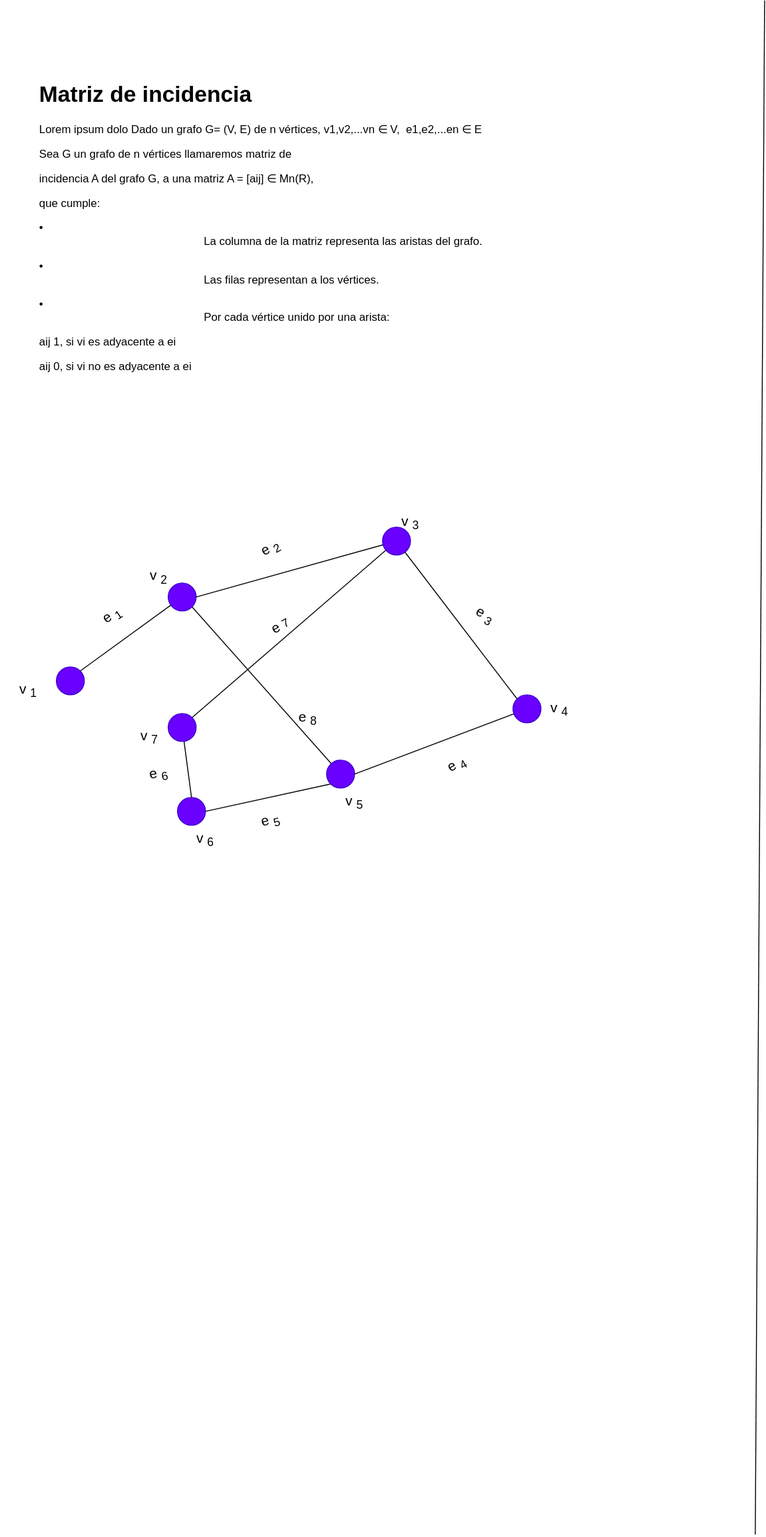
This is Estructura-de-datos/Grafos/Matriz-Incidencia.drawio.svg from Nordcode-cyber/Algoritmos-Estructdatos, a draw.io export, as it was before one commit. Source tidied: cells renumbered, new cells last; positions are measured from the earlier drawing's top-left corner, leaving out a move shared by most shapes.
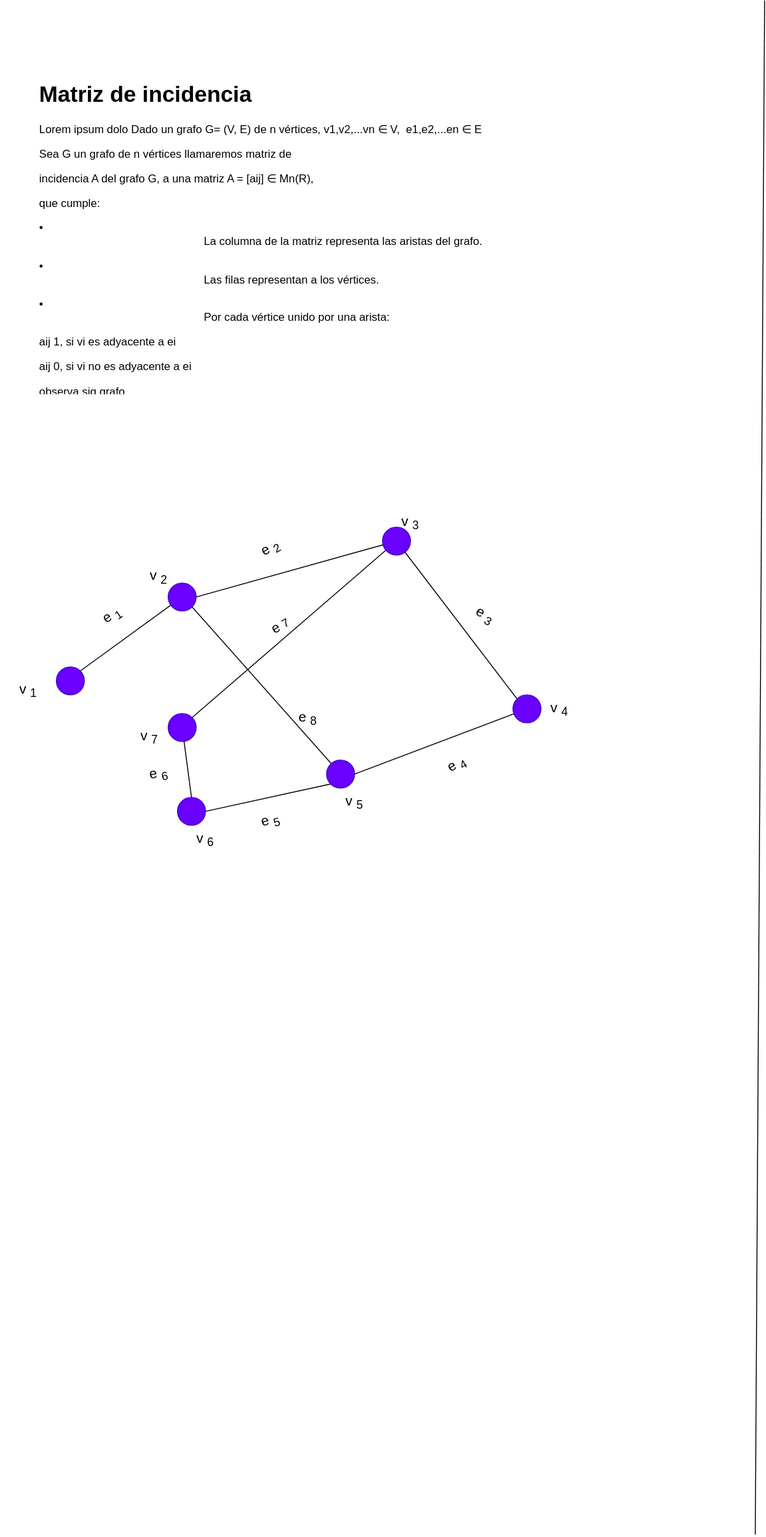
Later version of the same file.

Commit message:
incidece matrix

What changed in the source:
```diff
@@ -98,7 +98,7 @@
         <mxPoint x="820" as="targetPoint" />
       </mxGeometry>
     </mxCell>
-    <mxCell id="33" value="&lt;h1 style=&quot;margin-top: 0px;&quot;&gt;Matriz de incidencia&lt;/h1&gt;&lt;p&gt;Lorem ipsum dolo&lt;span style=&quot;background-color: transparent;&quot;&gt;Dado un grafo G= (V, E) de n vértices, v1,v2,...vn ∈ V,&amp;nbsp; e1,e2,...en ∈ E&lt;/span&gt;&lt;/p&gt;&lt;p&gt;Sea G un grafo de n vértices llamaremos matriz de&lt;/p&gt;&lt;p&gt;&amp;nbsp;incidencia A del grafo G, a una matriz A = [aij] ∈ Mn(R),&amp;nbsp;&lt;/p&gt;&lt;p&gt;que cumple:&lt;/p&gt;&lt;p&gt;•&lt;span style=&quot;white-space:pre&quot;&gt;&#9;&lt;/span&gt;La columna de la matriz representa las aristas del grafo.&lt;/p&gt;&lt;p&gt;•&lt;span style=&quot;white-space:pre&quot;&gt;&#9;&lt;/span&gt;Las filas representan a los vértices.&lt;/p&gt;&lt;p&gt;•&lt;span style=&quot;white-space:pre&quot;&gt;&#9;&lt;/span&gt;Por cada vértice unido por una arista:&lt;/p&gt;&lt;p&gt;aij 1, si vi es adyacente a ei&lt;/p&gt;&lt;p&gt;aij 0, si vi no es adyacente a ei&lt;/p&gt;&lt;div&gt;&lt;br&gt;&lt;/div&gt;" style="text;html=1;whiteSpace=wrap;overflow=hidden;rounded=0;" parent="1" vertex="1">
+    <mxCell id="33" value="&lt;h1 style=&quot;margin-top: 0px;&quot;&gt;Matriz de incidencia&lt;/h1&gt;&lt;p&gt;Lorem ipsum dolo&lt;span style=&quot;background-color: transparent;&quot;&gt;Dado un grafo G= (V, E) de n vértices, v1,v2,...vn ∈ V,&amp;nbsp; e1,e2,...en ∈ E&lt;/span&gt;&lt;/p&gt;&lt;p&gt;Sea G un grafo de n vértices llamaremos matriz de&lt;/p&gt;&lt;p&gt;&amp;nbsp;incidencia A del grafo G, a una matriz A = [aij] ∈ Mn(R),&amp;nbsp;&lt;/p&gt;&lt;p&gt;que cumple:&lt;/p&gt;&lt;p&gt;•&lt;span style=&quot;white-space:pre&quot;&gt;&#9;&lt;/span&gt;La columna de la matriz representa las aristas del grafo.&lt;/p&gt;&lt;p&gt;•&lt;span style=&quot;white-space:pre&quot;&gt;&#9;&lt;/span&gt;Las filas representan a los vértices.&lt;/p&gt;&lt;p&gt;•&lt;span style=&quot;white-space:pre&quot;&gt;&#9;&lt;/span&gt;Por cada vértice unido por una arista:&lt;/p&gt;&lt;p&gt;aij 1, si vi es adyacente a ei&lt;/p&gt;&lt;p&gt;aij 0, si vi no es adyacente a ei&lt;/p&gt;&lt;p&gt;observa sig grafo&lt;/p&gt;&lt;div&gt;&lt;br&gt;&lt;/div&gt;" style="text;html=1;whiteSpace=wrap;overflow=hidden;rounded=0;" parent="1" vertex="1">
       <mxGeometry x="40" y="80" width="620" height="340" as="geometry" />
     </mxCell>
   </root>
```
